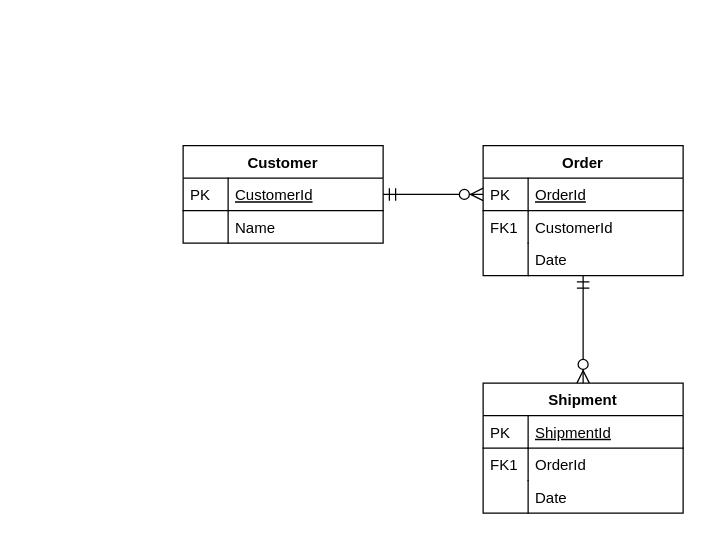
Before: 测试1.drawio in bclovecoding/learngit, a draw.io diagram. Source tidied: cells renumbered, new cells numbered last; positions are measured from the earlier drawing's top-left corner, leaving out a move shared by most shapes. Both pictures are drawn from the tidied source at 125%, with x=0, y=0 at pixel (182, 145).
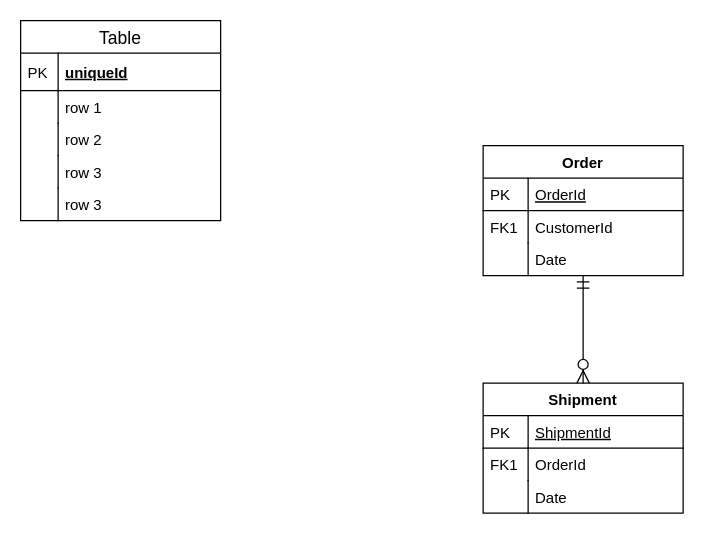
After the change.

The change refers to these unchanged cells:
```xml
<mxCell id="8" value="OrderId" style="shape=partialRectangle;top=0;left=0;right=0;bottom=1;align=left;verticalAlign=top;fillColor=none;spacingLeft=40;spacingRight=4;overflow=hidden;points=[[0,0.5],[1,0.5]];portConstraint=eastwest;rounded=0;shadow=0;strokeWidth=1;fontStyle=4;" parent="7" vertex="1">
  <mxGeometry y="26" width="160" height="26" as="geometry" />
</mxCell>
```

The edit, as a diff of the source:
```diff
@@
-    <mxCell id="2" value="Customer" style="swimlane;fontStyle=1;horizontal=1;startSize=26;rounded=0;shadow=0;strokeWidth=1;" parent="1" vertex="1">
-      <mxGeometry width="160" height="78" as="geometry" />
-    </mxCell>
-    <mxCell id="3" value="CustomerId" style="shape=partialRectangle;top=0;left=0;right=0;bottom=1;align=left;verticalAlign=top;fillColor=none;spacingLeft=40;spacingRight=4;overflow=hidden;points=[[0,0.5],[1,0.5]];portConstraint=eastwest;rounded=0;shadow=0;strokeWidth=1;fontStyle=4;" parent="2" vertex="1">
-      <mxGeometry y="26" width="160" height="26" as="geometry" />
-    </mxCell>
-    <mxCell id="4" value="PK" style="shape=partialRectangle;top=0;left=0;bottom=0;fillColor=none;align=left;verticalAlign=top;spacingLeft=4;spacingRight=4;overflow=hidden;" parent="3" vertex="1">
-      <mxGeometry width="36" height="26" as="geometry" />
-    </mxCell>
-    <mxCell id="5" value="Name" style="shape=partialRectangle;top=0;left=0;right=0;bottom=0;align=left;verticalAlign=top;fillColor=none;spacingLeft=40;spacingRight=4;overflow=hidden;rounded=0;shadow=0;strokeWidth=1;" parent="2" vertex="1">
-      <mxGeometry y="52" width="160" height="26" as="geometry" />
-    </mxCell>
-    <mxCell id="6" style="shape=partialRectangle;top=0;left=0;bottom=0;fillColor=none;align=left;verticalAlign=top;spacingLeft=4;spacingRight=4;overflow=hidden;" parent="5" vertex="1">
-      <mxGeometry width="36" height="26" as="geometry" />
-    </mxCell>
@@
-    <mxCell id="14" style="edgeStyle=orthogonalEdgeStyle;endArrow=ERzeroToMany;startArrow=ERmandOne;shadow=0;strokeWidth=1;endSize=8;startSize=8;" parent="1" edge="1" source="3" target="8">
-      <mxGeometry relative="1" as="geometry" />
-    </mxCell>
@@
+    <mxCell id="23" value="Table" style="swimlane;fontStyle=0;horizontal=1;startSize=26;align=center;fontSize=14;" parent="1" vertex="1">
+      <mxGeometry x="-130" y="-100" width="160" height="160" as="geometry" />
+    </mxCell>
+    <mxCell id="24" value="uniqueId" style="shape=partialRectangle;top=0;left=0;right=0;bottom=1;align=left;verticalAlign=middle;fillColor=none;spacingLeft=34;spacingRight=4;overflow=hidden;fontStyle=5;fontSize=12;" parent="23" vertex="1">
+      <mxGeometry y="26" width="160" height="30" as="geometry" />
+    </mxCell>
+    <mxCell id="4" value="PK" style="shape=partialRectangle;top=0;left=0;bottom=0;fillColor=none;align=left;verticalAlign=middle;spacingLeft=4;spacingRight=4;overflow=hidden;fontSize=12;" parent="24" vertex="1">
+      <mxGeometry width="30" height="30" as="geometry" />
+    </mxCell>
+    <mxCell id="25" value="row 1" style="shape=partialRectangle;top=0;left=0;right=0;bottom=0;align=left;verticalAlign=top;fillColor=none;spacingLeft=34;spacingRight=4;overflow=hidden;fontSize=12;" parent="23" vertex="1">
+      <mxGeometry y="56" width="160" height="26" as="geometry" />
+    </mxCell>
+    <mxCell id="26" style="shape=partialRectangle;top=0;left=0;bottom=0;fillColor=none;align=left;verticalAlign=top;spacingLeft=4;spacingRight=4;overflow=hidden;fontSize=12;" parent="25" vertex="1">
+      <mxGeometry width="30" height="26" as="geometry" />
+    </mxCell>
+    <mxCell id="27" value="row 2" style="shape=partialRectangle;top=0;left=0;right=0;bottom=0;align=left;verticalAlign=top;fillColor=none;spacingLeft=34;spacingRight=4;overflow=hidden;fontSize=12;" parent="23" vertex="1">
+      <mxGeometry y="82" width="160" height="26" as="geometry" />
+    </mxCell>
+    <mxCell id="28" style="shape=partialRectangle;top=0;left=0;bottom=0;fillColor=none;align=left;verticalAlign=top;spacingLeft=4;spacingRight=4;overflow=hidden;fontSize=12;" parent="27" vertex="1">
+      <mxGeometry width="30" height="26" as="geometry" />
+    </mxCell>
+    <mxCell id="29" value="row 3" style="shape=partialRectangle;top=0;left=0;right=0;bottom=0;align=left;verticalAlign=top;fillColor=none;spacingLeft=34;spacingRight=4;overflow=hidden;fontSize=12;" parent="23" vertex="1">
+      <mxGeometry y="108" width="160" height="26" as="geometry" />
+    </mxCell>
+    <mxCell id="30" style="shape=partialRectangle;top=0;left=0;bottom=0;fillColor=none;align=left;verticalAlign=top;spacingLeft=4;spacingRight=4;overflow=hidden;fontSize=12;" parent="29" vertex="1">
+      <mxGeometry width="30" height="26" as="geometry" />
+    </mxCell>
+    <mxCell id="31" value="row 3" style="shape=partialRectangle;top=0;left=0;right=0;bottom=0;align=left;verticalAlign=top;fillColor=none;spacingLeft=34;spacingRight=4;overflow=hidden;fontSize=12;" parent="23" vertex="1">
+      <mxGeometry y="134" width="160" height="26" as="geometry" />
+    </mxCell>
+    <mxCell id="32" style="shape=partialRectangle;top=0;left=0;bottom=0;fillColor=none;align=left;verticalAlign=top;spacingLeft=4;spacingRight=4;overflow=hidden;fontSize=12;" parent="31" vertex="1">
+      <mxGeometry width="30" height="26" as="geometry" />
+    </mxCell>
+    <mxCell id="33" style="shape=partialRectangle;top=0;left=0;right=0;bottom=0;align=left;verticalAlign=top;fillColor=none;spacingLeft=34;spacingRight=4;overflow=hidden;fontSize=12;" parent="23" vertex="1">
+      <mxGeometry y="160" width="160" as="geometry" />
+    </mxCell>
+    <mxCell id="34" style="shape=partialRectangle;top=0;left=0;bottom=0;fillColor=none;align=left;verticalAlign=top;spacingLeft=4;spacingRight=4;overflow=hidden;fontSize=12;" parent="33" vertex="1">
+      <mxGeometry width="30" as="geometry" />
+    </mxCell>
```
